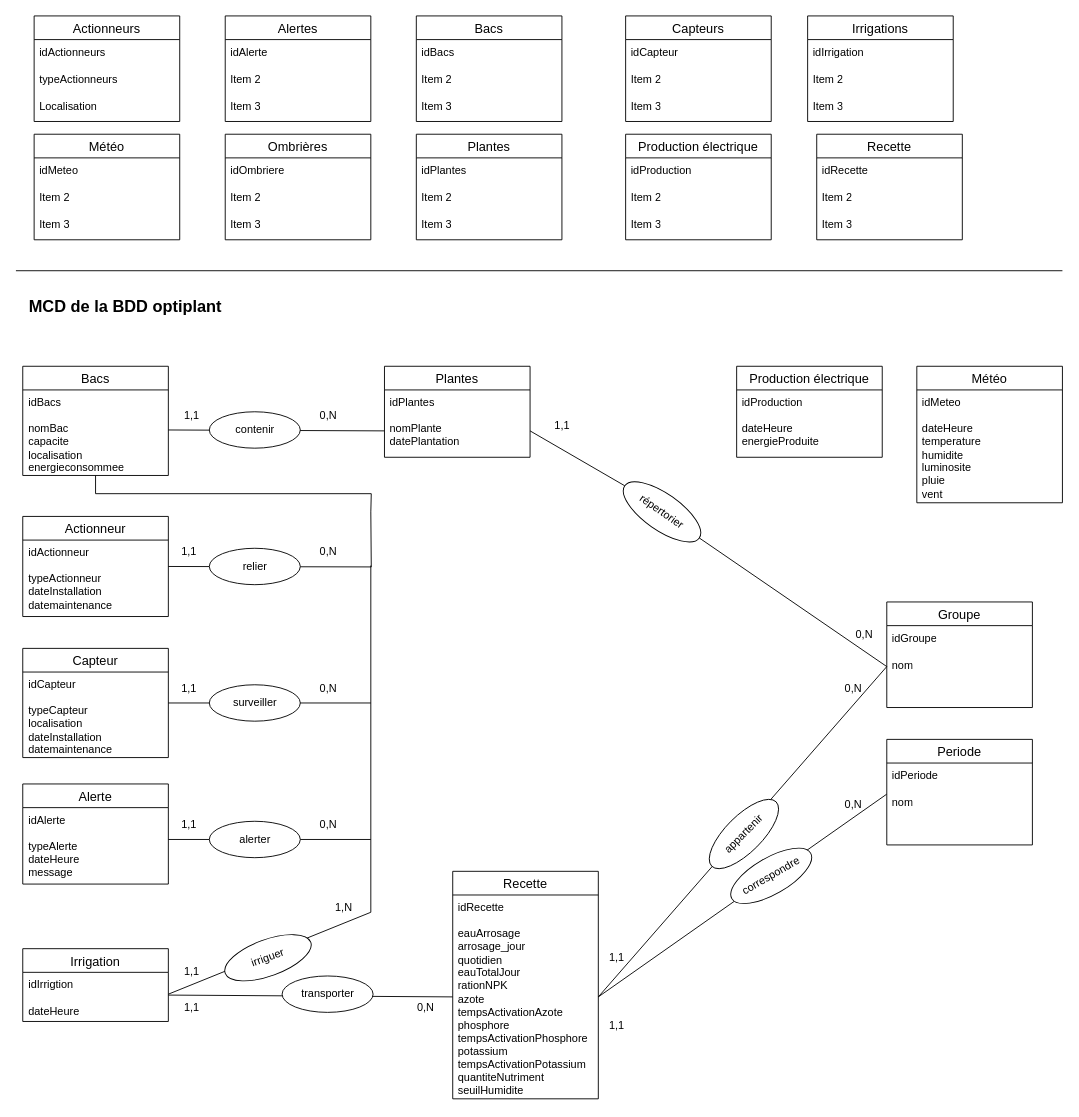
The draw.io diagram MCD.drawio in SAE601/BDD, before the edit. Source tidied: cells renumbered, new cells numbered last; positions are measured from the earlier drawing's top-left corner, leaving out a move shared by most shapes. Both pictures are drawn from the tidied source at 91%, with x=0, y=0 at pixel (15, 15).
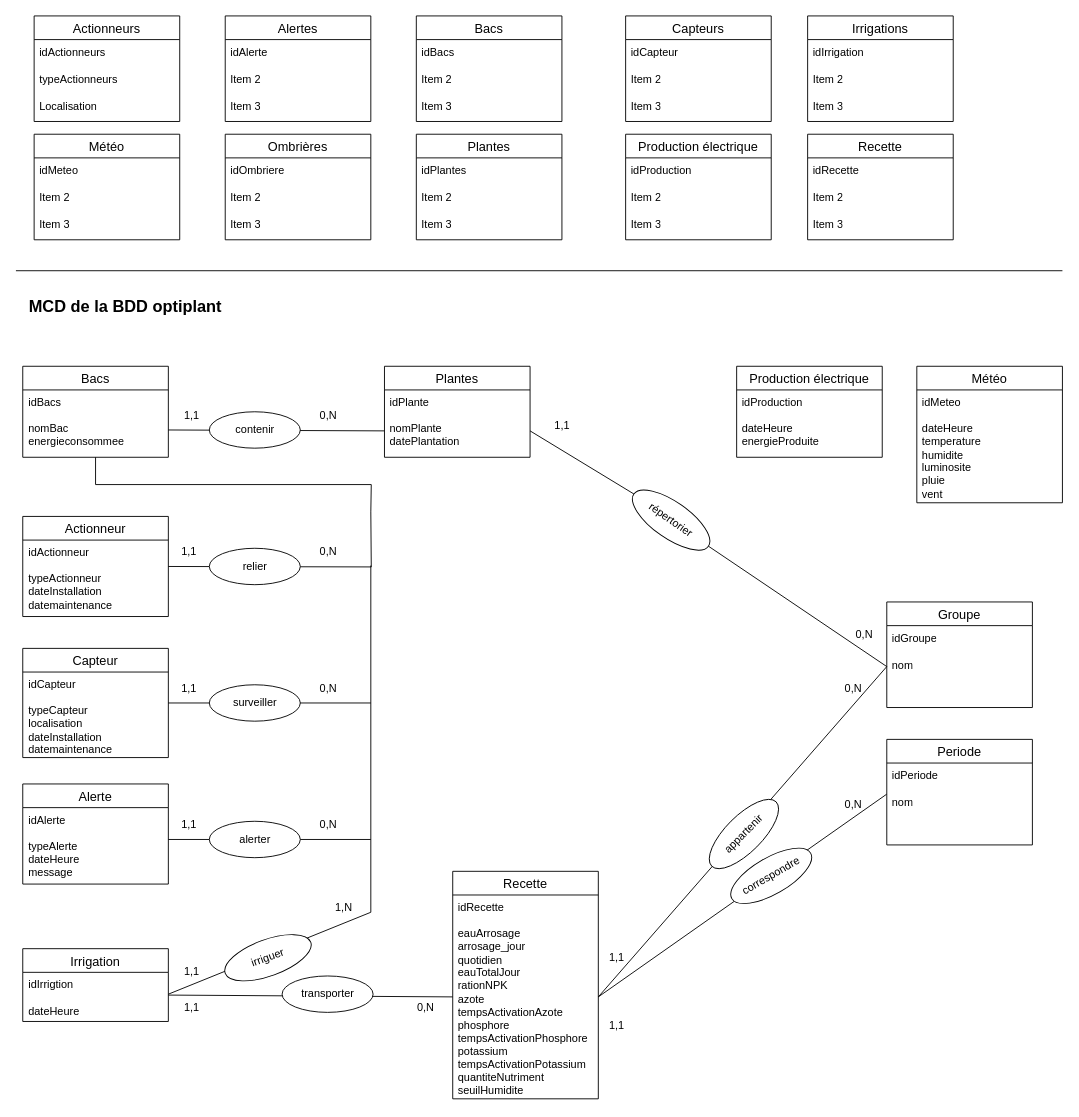
Above is the later version.

The change refers to these unchanged cells:
```xml
<mxCell id="45" value="Plantes" style="swimlane;fontStyle=0;horizontal=1;startSize=26;align=center;fontSize=14;" parent="1" vertex="1">
  <mxGeometry x="405" y="385" width="160" height="100" as="geometry" />
</mxCell>
```

The edit, as a diff of the source:
```diff
@@
     <mxCell id="38" value="Recette" style="swimlane;fontStyle=0;horizontal=1;startSize=26;align=center;fontSize=14;" parent="1" vertex="1">
-      <mxGeometry x="880" y="130" width="160" height="116" as="geometry" />
+      <mxGeometry x="870" y="130" width="160" height="116" as="geometry" />
     </mxCell>
@@
     <mxCell id="43" value="Bacs" style="swimlane;fontStyle=0;horizontal=1;startSize=26;align=center;fontSize=14;" parent="1" vertex="1">
-      <mxGeometry x="7.5" y="385" width="160" height="120" as="geometry" />
+      <mxGeometry x="7.5" y="385" width="160" height="100" as="geometry" />
     </mxCell>
-    <mxCell id="44" value="&lt;div&gt;idBacs&lt;/div&gt;&lt;div&gt;&lt;br&gt;&lt;/div&gt;&lt;div&gt;nomBac&lt;/div&gt;&lt;div&gt;capacite&lt;/div&gt;&lt;div&gt;localisation&lt;/div&gt;&lt;div&gt;energieconsommee&lt;/div&gt;&lt;div&gt;&lt;br&gt;&lt;/div&gt;" style="text;strokeColor=none;fillColor=none;spacingLeft=4;spacingRight=4;overflow=hidden;fontSize=12;whiteSpace=wrap;html=1;" parent="43" vertex="1">
-      <mxGeometry y="26" width="160" height="94" as="geometry" />
+    <mxCell id="44" value="&lt;div&gt;idBacs&lt;/div&gt;&lt;div&gt;&lt;br&gt;&lt;/div&gt;&lt;div&gt;nomBac&lt;/div&gt;&lt;div&gt;energieconsommee&lt;/div&gt;&lt;div&gt;&lt;br&gt;&lt;/div&gt;" style="text;strokeColor=none;fillColor=none;spacingLeft=4;spacingRight=4;overflow=hidden;fontSize=12;whiteSpace=wrap;html=1;" parent="43" vertex="1">
+      <mxGeometry y="26" width="160" height="74" as="geometry" />
     </mxCell>
@@
-    <mxCell id="46" value="&lt;div&gt;idPlantes&lt;/div&gt;&lt;div&gt;&lt;br&gt;&lt;/div&gt;&lt;div&gt;nomPlante&lt;/div&gt;&lt;div&gt;datePlantation&lt;br&gt;&lt;/div&gt;" style="text;strokeColor=none;fillColor=none;spacingLeft=4;spacingRight=4;overflow=hidden;fontSize=12;whiteSpace=wrap;html=1;" parent="45" vertex="1">
+    <mxCell id="46" value="&lt;div&gt;idPlante&lt;/div&gt;&lt;div&gt;&lt;br&gt;&lt;/div&gt;&lt;div&gt;nomPlante&lt;/div&gt;&lt;div&gt;datePlantation&lt;br&gt;&lt;/div&gt;" style="text;strokeColor=none;fillColor=none;spacingLeft=4;spacingRight=4;overflow=hidden;fontSize=12;whiteSpace=wrap;html=1;" parent="45" vertex="1">
       <mxGeometry y="26" width="160" height="74" as="geometry" />
     </mxCell>
@@
     <mxCell id="103" value="répertorier" style="ellipse;whiteSpace=wrap;html=1;align=center;rotation=35;" parent="1" vertex="1">
-      <mxGeometry x="660" y="525" width="100" height="40" as="geometry" />
+      <mxGeometry x="670" y="534" width="100" height="40" as="geometry" />
     </mxCell>
```
